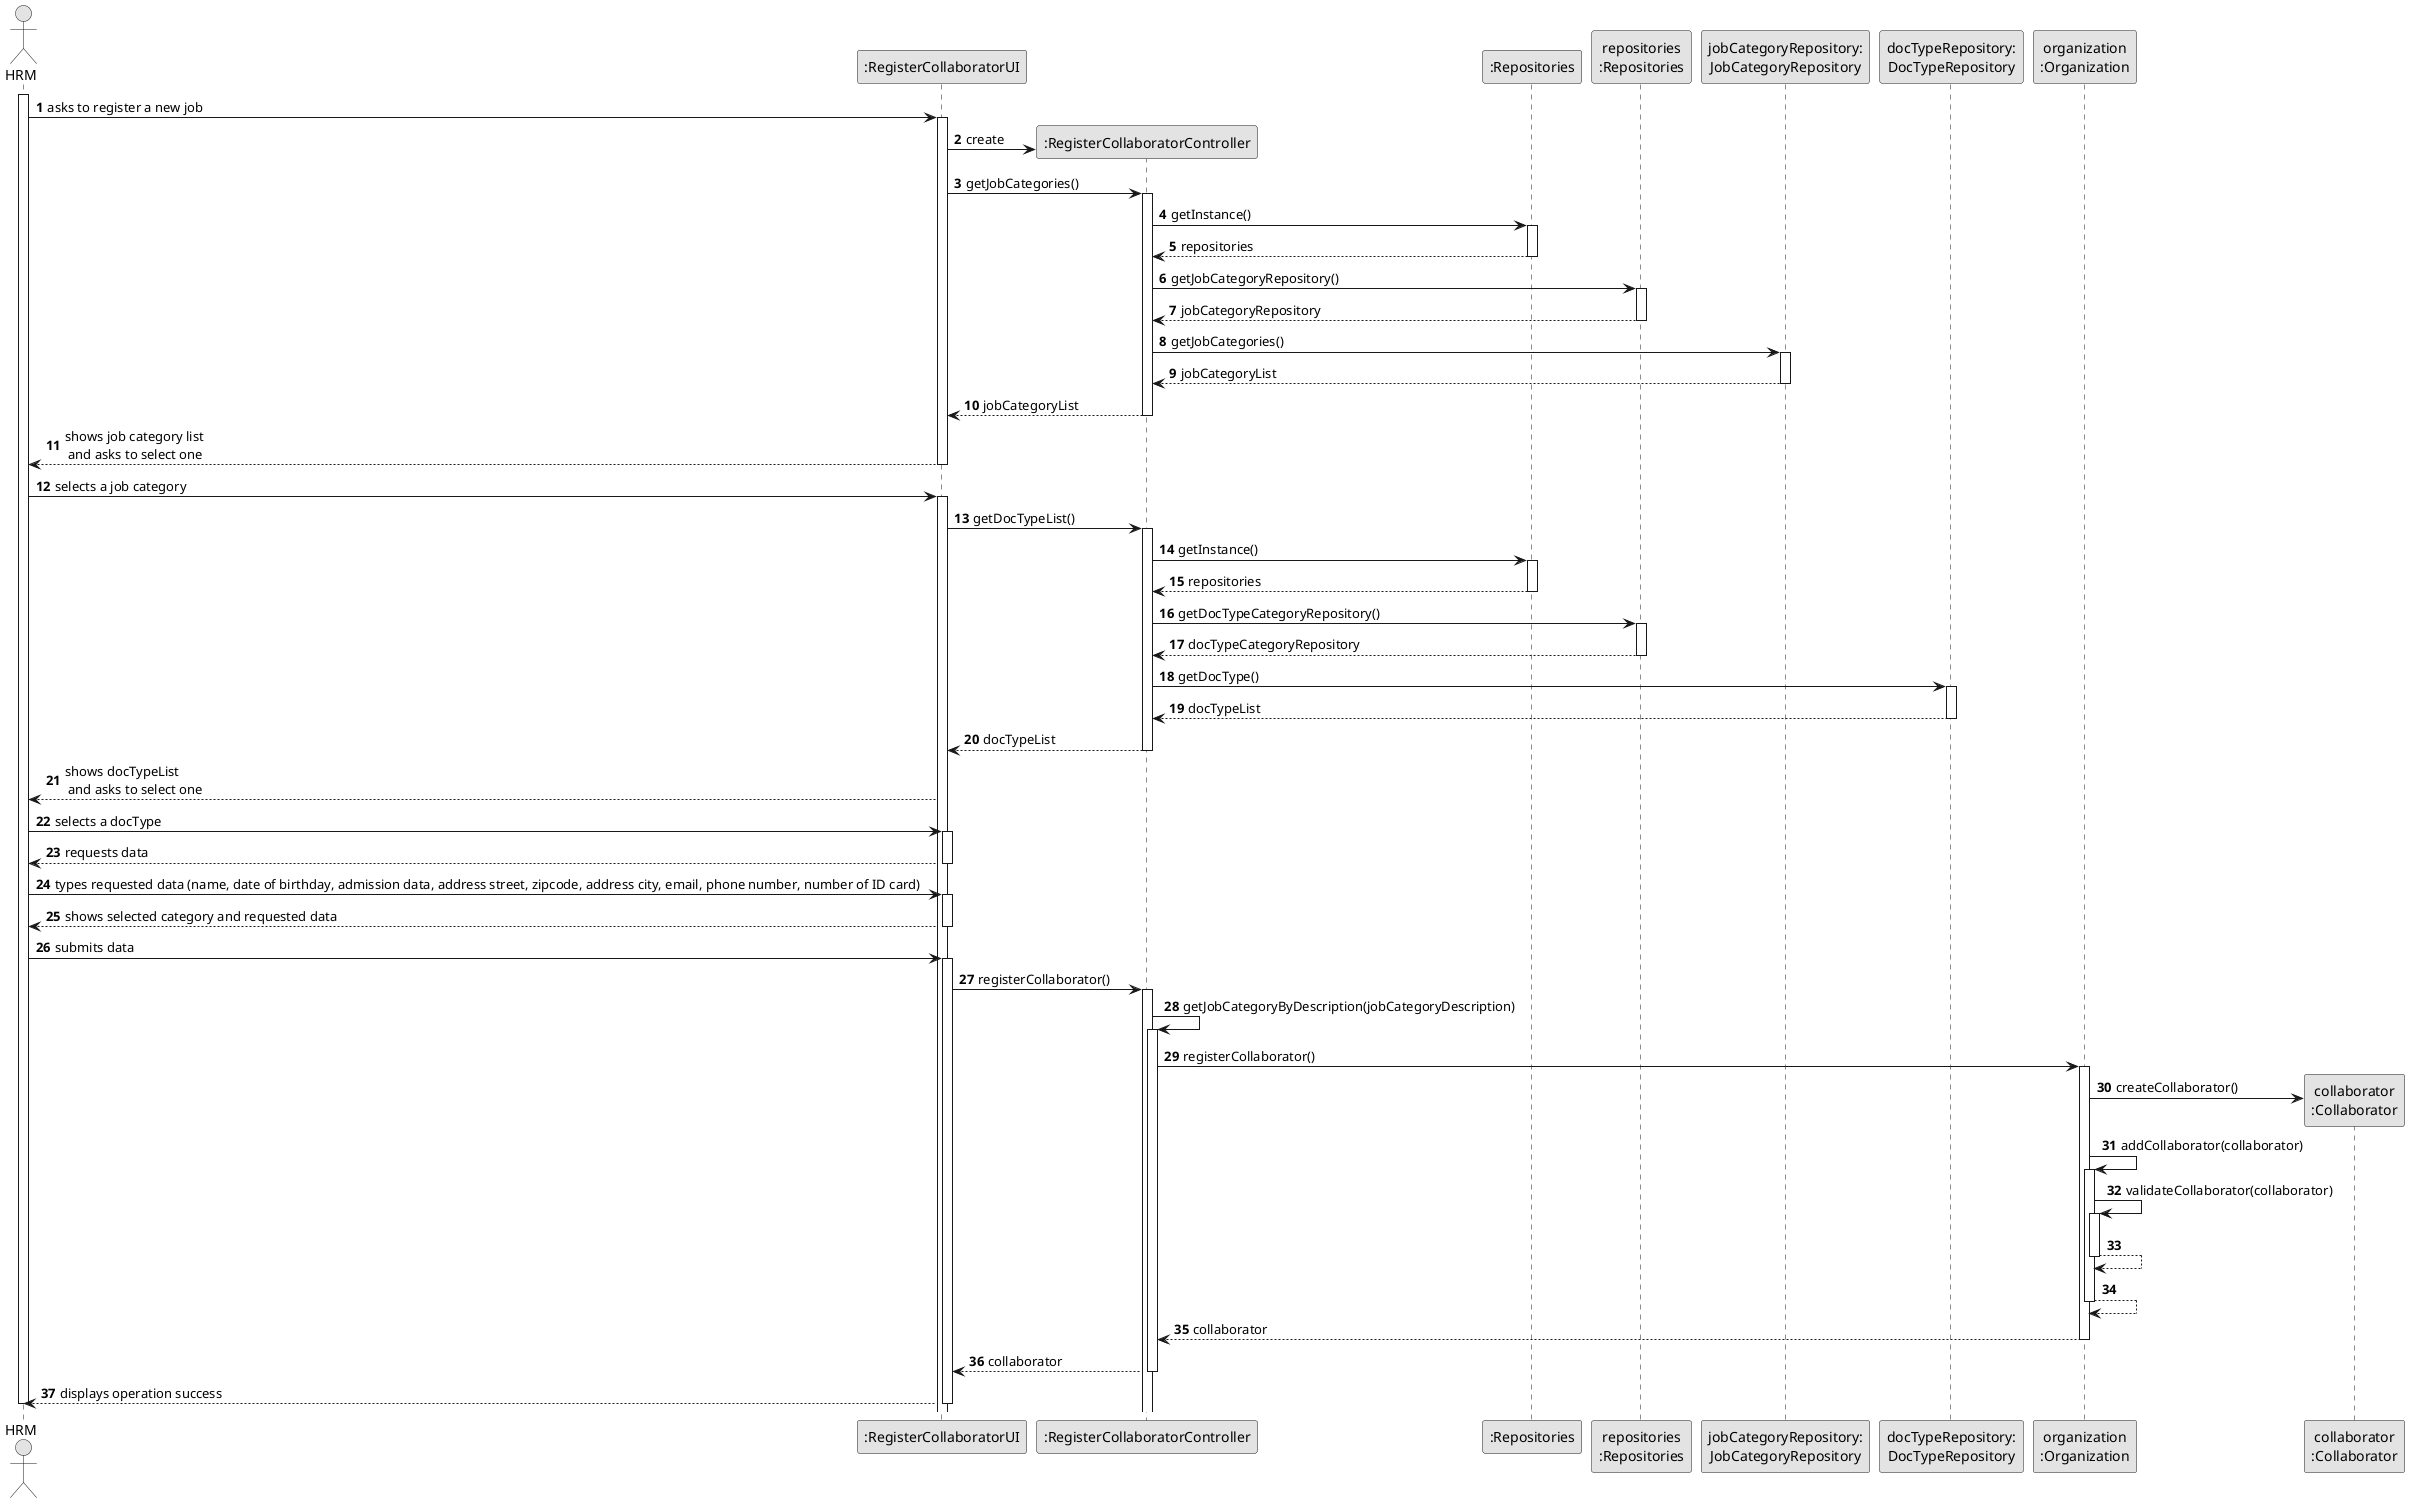
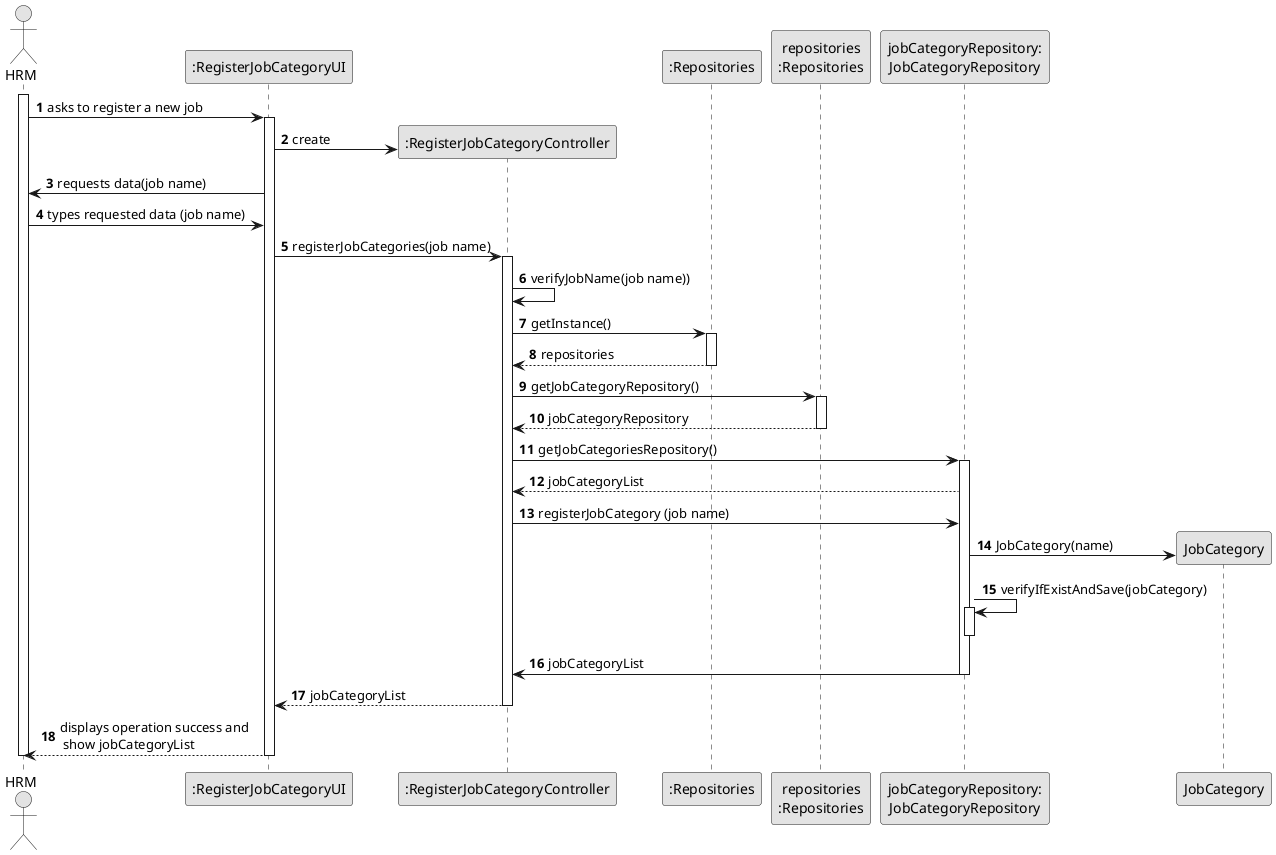
@startuml
skinparam monochrome true
skinparam packageStyle rectangle
skinparam shadowing false

autonumber

'hide footbox
actor "HRM" as HRM
- participant ":RegisterCollaboratorUI" as UI
- participant ":RegisterCollaboratorController" as CTRL
+ participant ":RegisterJobCategoryUI" as UI
+ participant ":RegisterJobCategoryController" as CTRL
participant ":Repositories" as RepositorySingleton
participant "repositories\n:Repositories" as PLAT
participant "jobCategoryRepository:\nJobCategoryRepository" as JobCategoryRepository
- participant "docTypeRepository:\nDocTypeRepository" as DocTypeRepository
- participant "organization\n:Organization" as ORG
- participant "collaborator\n:Collaborator" as Collaborator
+ 

activate HRM

        HRM -> UI : asks to register a new job

        activate UI

'            UI --> HRM : requests data (reference, description,  informal \n description, technical description, duration, cost)
            'create CTRL
            UI -> CTRL** : create

-             UI -> CTRL : getJobCategories()
+          UI -> HRM : requests data(job name)
+          HRM -> UI : types requested data (job name)
+ 
+             UI -> CTRL : registerJobCategories(job name)
+ 
            activate CTRL
+             CTRL -> CTRL : verifyJobName(job name))
+ 

                CTRL -> RepositorySingleton : getInstance()
                activate RepositorySingleton

                    RepositorySingleton --> CTRL: repositories
                deactivate RepositorySingleton

                CTRL -> PLAT : getJobCategoryRepository()
                activate PLAT

                    PLAT --> CTRL: jobCategoryRepository
                deactivate PLAT

-                 CTRL -> JobCategoryRepository : getJobCategories()
+                 CTRL -> JobCategoryRepository : getJobCategoriesRepository()
                activate JobCategoryRepository

                    JobCategoryRepository --> CTRL : jobCategoryList
+                     CTRL -> JobCategoryRepository : registerJobCategory (job name)
+                     JobCategoryRepository -> JobCategory** : JobCategory(name)
+ 
+                     JobCategoryRepository -> JobCategoryRepository : verifyIfExistAndSave(jobCategory)
+                     activate JobCategoryRepository
+ 
+                 deactivate JobCategoryRepository
+ 
+                 JobCategoryRepository -> CTRL : jobCategoryList
                deactivate JobCategoryRepository

                CTRL --> UI : jobCategoryList
            deactivate CTRL

-             UI --> HRM : shows job category list\n and asks to select one
-         deactivate UI

-     HRM -> UI : selects a job category
-     activate UI
- 
- 
- 
- 
- 
- 
-     UI -> CTRL : getDocTypeList()
-                 activate CTRL
- 
-                     CTRL -> RepositorySingleton : getInstance()
-                     activate RepositorySingleton
- 
-                         RepositorySingleton --> CTRL: repositories
-                     deactivate RepositorySingleton
- 
-                     CTRL -> PLAT : getDocTypeCategoryRepository()
-                     activate PLAT
- 
-                         PLAT --> CTRL: docTypeCategoryRepository
-                     deactivate PLAT
- 
-                     CTRL -> DocTypeRepository : getDocType()
-                     activate DocTypeRepository
- 
-                         DocTypeRepository --> CTRL : docTypeList
-                     deactivate DocTypeRepository
- 
-     CTRL --> UI : docTypeList
-     deactivate CTRL
- 
- 
-     UI --> HRM : shows docTypeList\n and asks to select one
- 
- 
-     HRM -> UI : selects a docType
-     activate UI
- 
- 
-     UI --> HRM : requests data
-     deactivate UI
- 
- 
- 
- 
- 
- 
- 
- 
-     HRM -> UI : types requested data (name, date of birthday, admission data, address street, zipcode, address city, email, phone number, number of ID card)
-     activate UI
- 
-         UI --> HRM : shows selected category and requested data
-     deactivate UI
- 
-     HRM -> UI : submits data
-     activate UI
- 
-         UI -> CTRL : registerCollaborator()
-         activate CTRL
- 
-             CTRL -> CTRL : getJobCategoryByDescription(jobCategoryDescription)
-             activate CTRL
- 
- 
-             CTRL -> ORG: registerCollaborator()
-             activate ORG
- 
-                 ORG -> Collaborator**: createCollaborator()
-                 ORG -> ORG: addCollaborator(collaborator)
- 
- 
-                 activate ORG
-                     ORG -> ORG: validateCollaborator(collaborator)
-                     activate ORG
-                         ORG --> ORG
-                     deactivate ORG
- 
-                     ORG --> ORG
-                 deactivate ORG
- 
-                 ORG --> CTRL : collaborator
- 
-             deactivate ORG
- 
-             CTRL --> UI: collaborator
-             deactivate CTRL
-             UI --> HRM : displays operation success
+             UI --> HRM : displays operation success and \n show jobCategoryList
    deactivate UI

deactivate HRM

@enduml